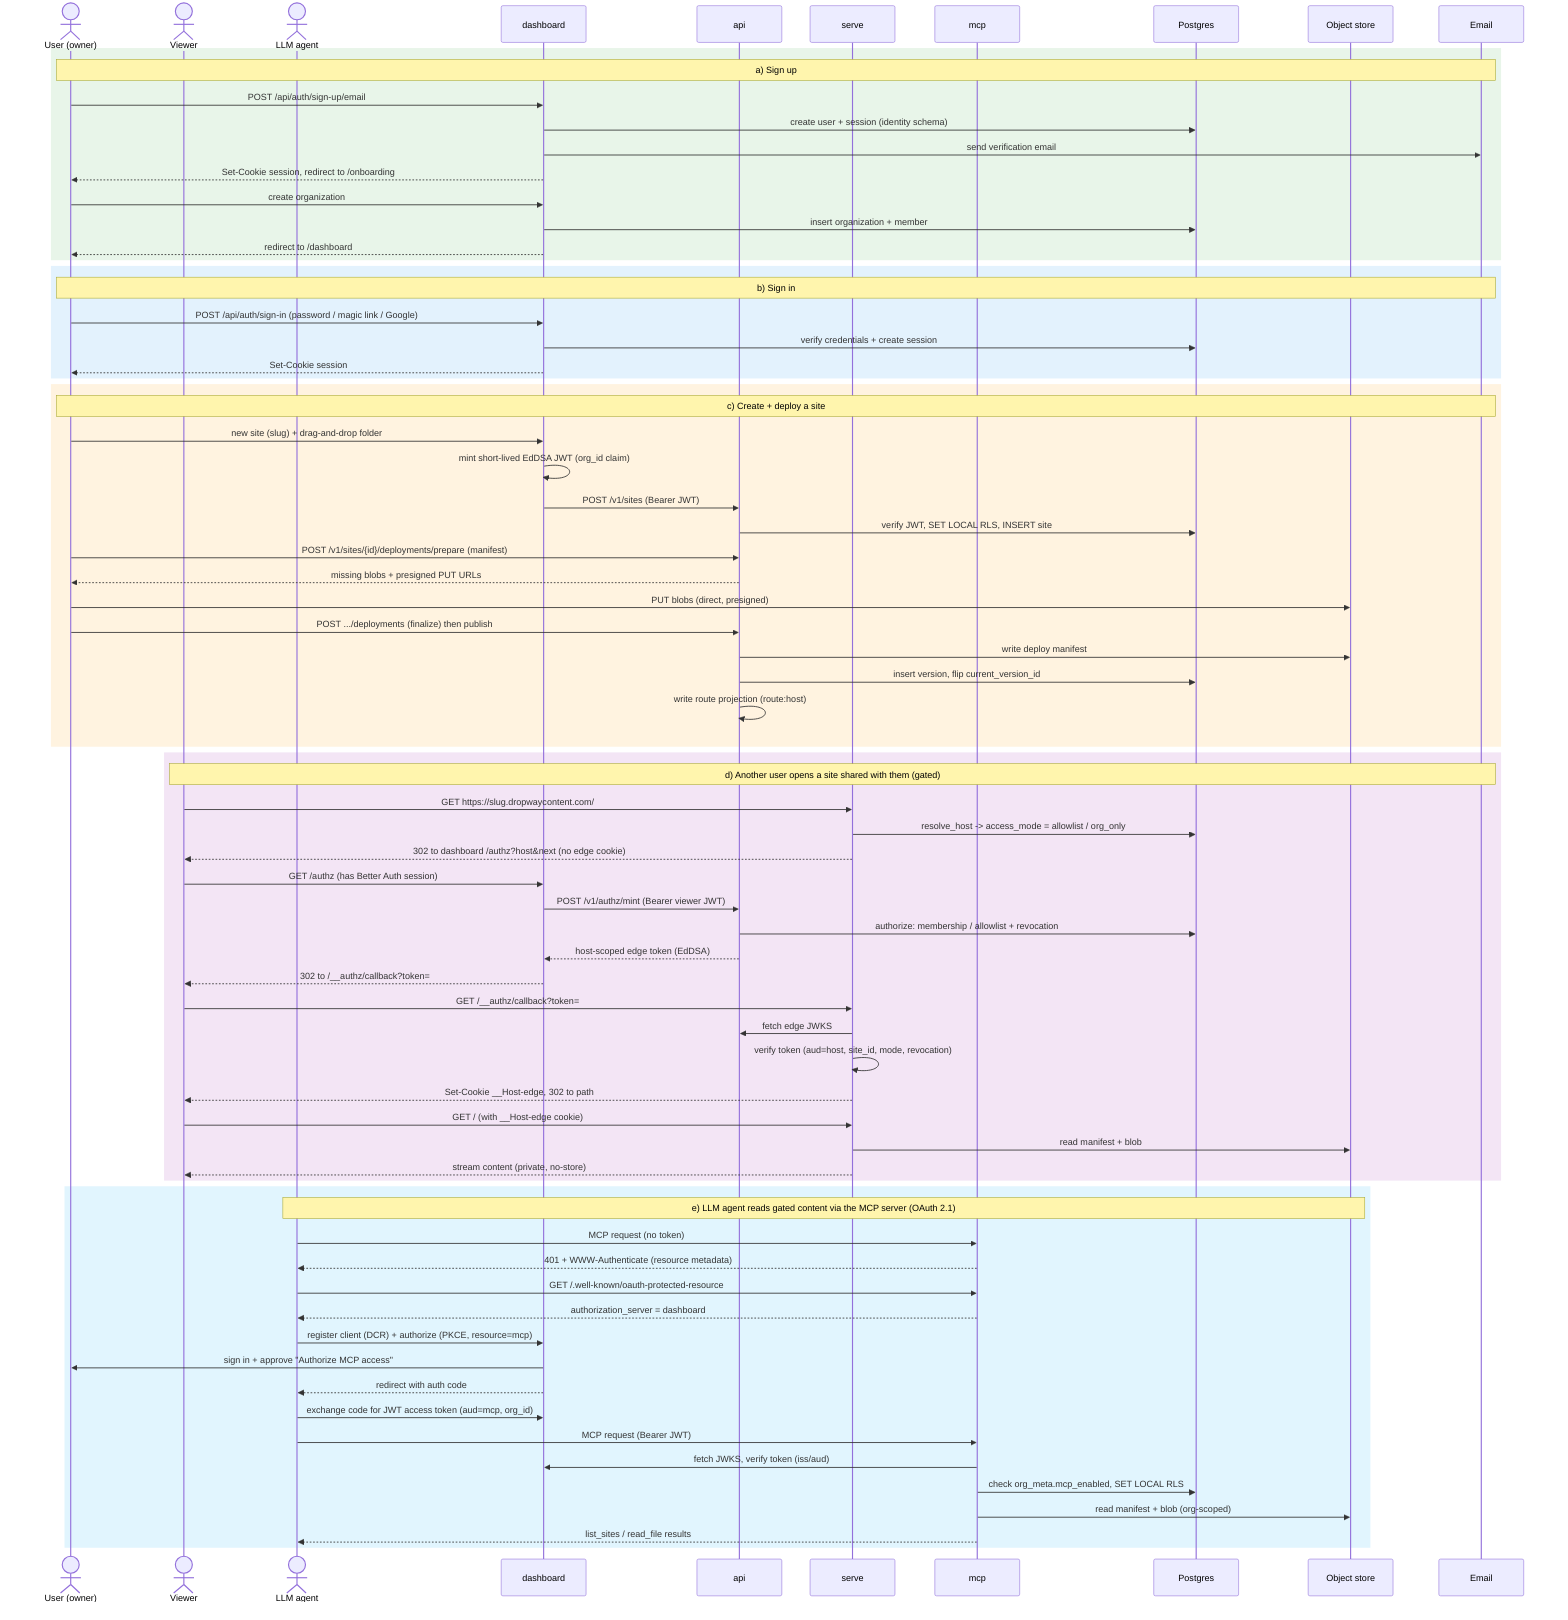
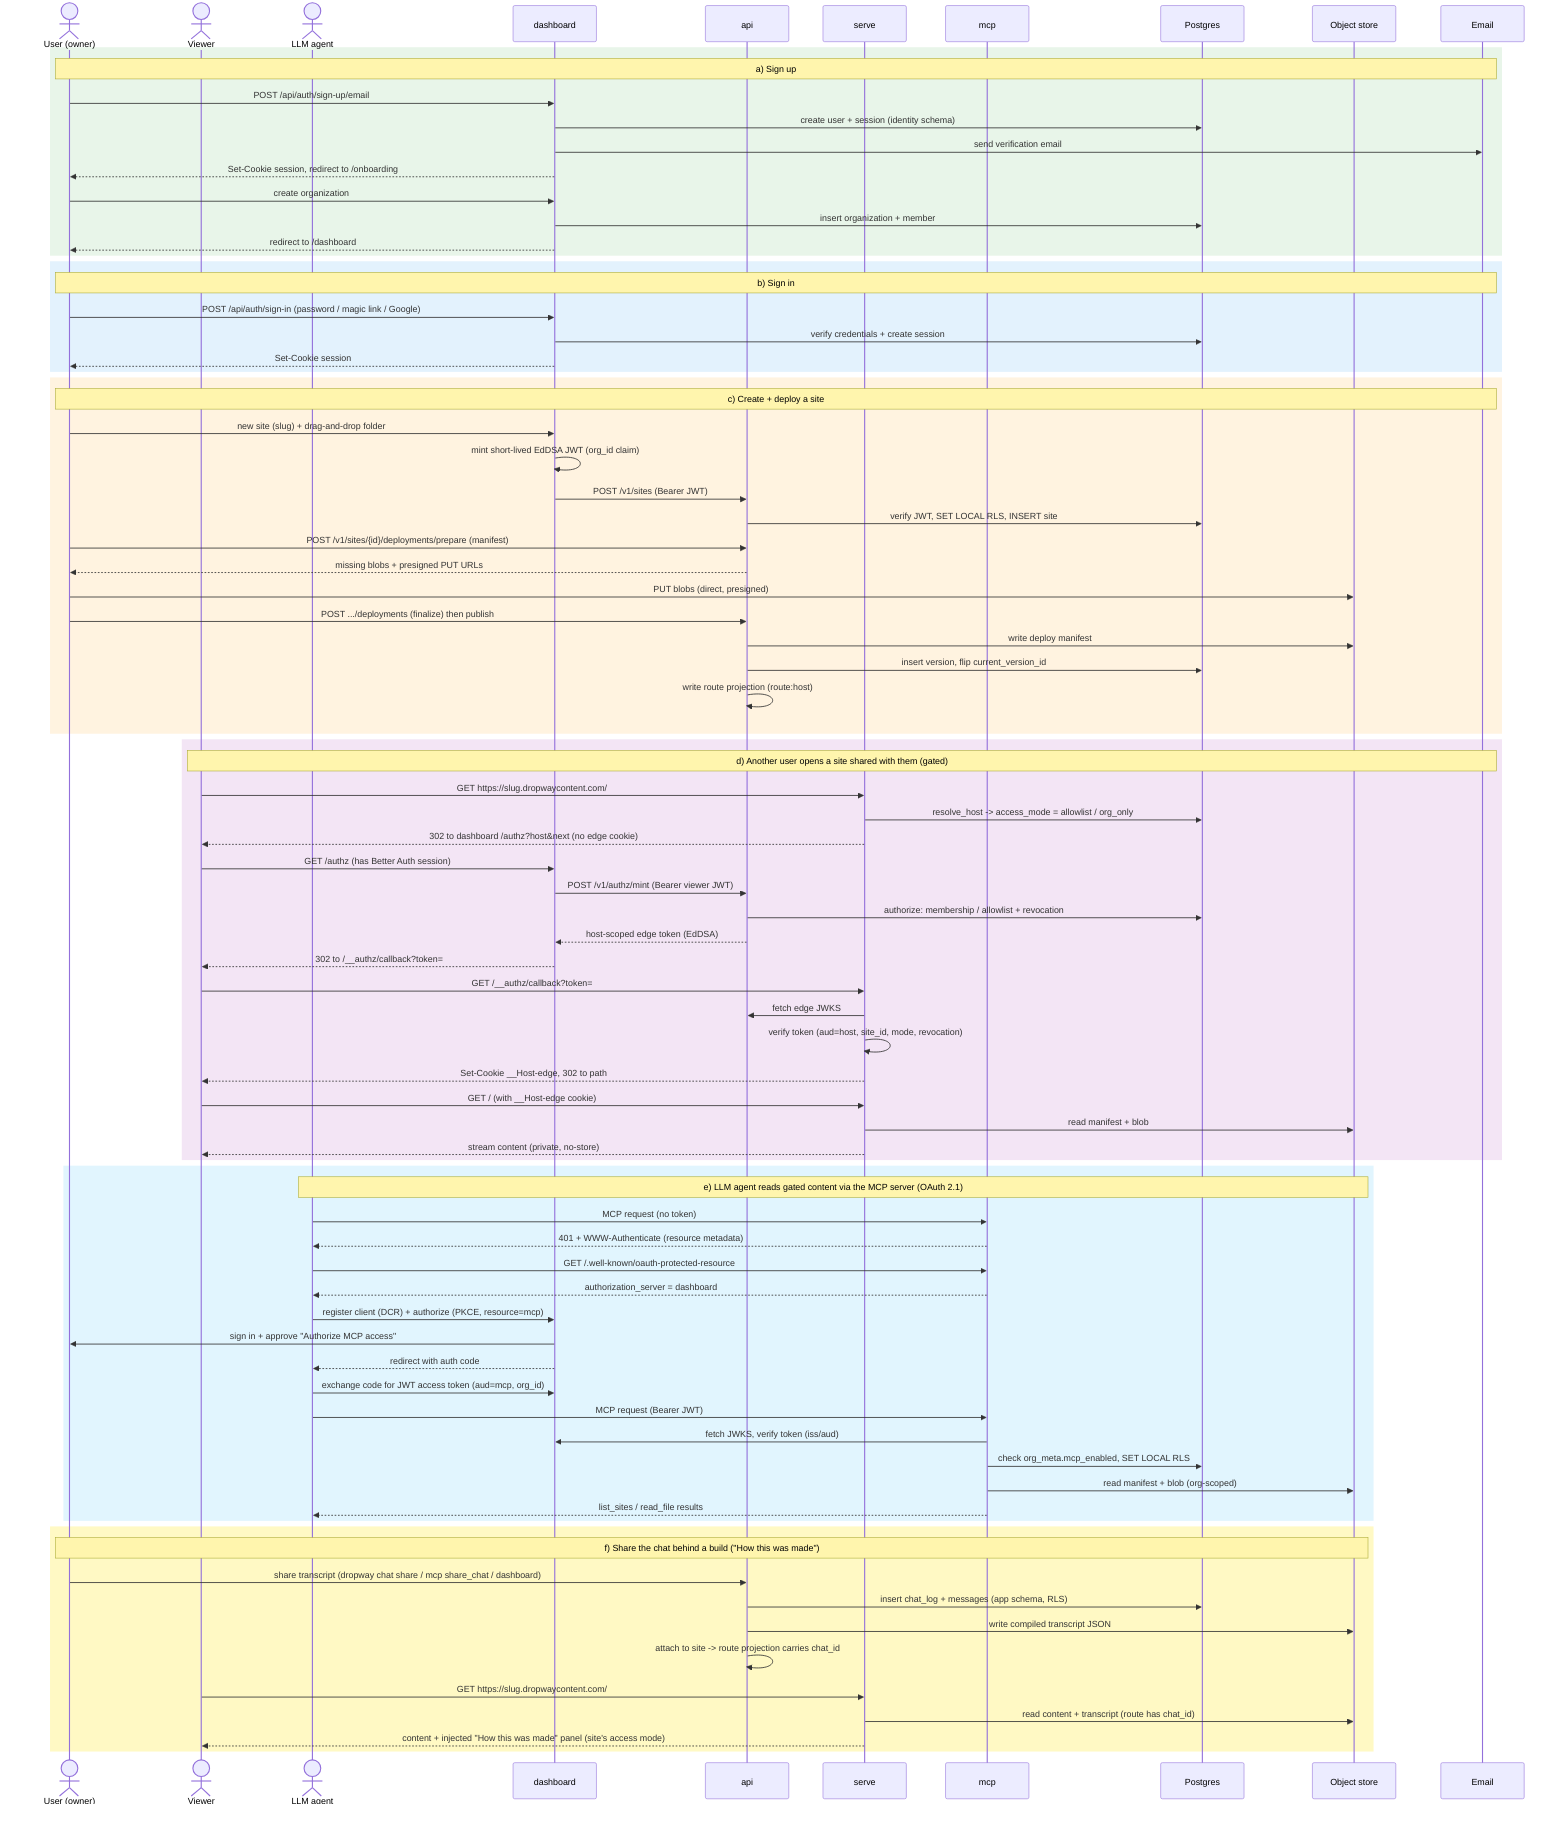
sequenceDiagram
  actor U as User (owner)
  actor V as Viewer
  actor L as LLM agent
  participant D as dashboard
  participant A as api
  participant S as serve
  participant MCP as mcp
  participant PG as Postgres
  participant OS as Object store
  participant M as Email

  rect rgb(232,245,233)
    note over U,M: a) Sign up
    U->>D: POST /api/auth/sign-up/email
    D->>PG: create user + session (identity schema)
    D->>M: send verification email
    D-->>U: Set-Cookie session, redirect to /onboarding
    U->>D: create organization
    D->>PG: insert organization + member
    D-->>U: redirect to /dashboard
  end

  rect rgb(227,242,253)
    note over U,M: b) Sign in
    U->>D: POST /api/auth/sign-in (password / magic link / Google)
    D->>PG: verify credentials + create session
    D-->>U: Set-Cookie session
  end

  rect rgb(255,243,224)
    note over U,M: c) Create + deploy a site
    U->>D: new site (slug) + drag-and-drop folder
    D->>D: mint short-lived EdDSA JWT (org_id claim)
    D->>A: POST /v1/sites (Bearer JWT)
    A->>PG: verify JWT, SET LOCAL RLS, INSERT site
    U->>A: POST /v1/sites/{id}/deployments/prepare (manifest)
    A-->>U: missing blobs + presigned PUT URLs
    U->>OS: PUT blobs (direct, presigned)
    U->>A: POST .../deployments (finalize) then publish
    A->>OS: write deploy manifest
    A->>PG: insert version, flip current_version_id
    A->>A: write route projection (route:host)
  end

  rect rgb(243,229,245)
    note over V,M: d) Another user opens a site shared with them (gated)
    V->>S: GET https://slug.dropwaycontent.com/
    S->>PG: resolve_host -> access_mode = allowlist / org_only
    S-->>V: 302 to dashboard /authz?host&next (no edge cookie)
    V->>D: GET /authz (has Better Auth session)
    D->>A: POST /v1/authz/mint (Bearer viewer JWT)
    A->>PG: authorize: membership / allowlist + revocation
    A-->>D: host-scoped edge token (EdDSA)
    D-->>V: 302 to /__authz/callback?token=
    V->>S: GET /__authz/callback?token=
    S->>A: fetch edge JWKS
    S->>S: verify token (aud=host, site_id, mode, revocation)
    S-->>V: Set-Cookie __Host-edge, 302 to path
    V->>S: GET / (with __Host-edge cookie)
    S->>OS: read manifest + blob
    S-->>V: stream content (private, no-store)
  end

  rect rgb(225,245,254)
    note over L,OS: e) LLM agent reads gated content via the MCP server (OAuth 2.1)
    L->>MCP: MCP request (no token)
    MCP-->>L: 401 + WWW-Authenticate (resource metadata)
    L->>MCP: GET /.well-known/oauth-protected-resource
    MCP-->>L: authorization_server = dashboard
    L->>D: register client (DCR) + authorize (PKCE, resource=mcp)
    D->>U: sign in + approve "Authorize MCP access"
    D-->>L: redirect with auth code
    L->>D: exchange code for JWT access token (aud=mcp, org_id)
    L->>MCP: MCP request (Bearer JWT)
    MCP->>D: fetch JWKS, verify token (iss/aud)
    MCP->>PG: check org_meta.mcp_enabled, SET LOCAL RLS
    MCP->>OS: read manifest + blob (org-scoped)
    MCP-->>L: list_sites / read_file results
  end
+ 
+   rect rgb(255,249,196)
+     note over U,OS: f) Share the chat behind a build ("How this was made")
+     U->>A: share transcript (dropway chat share / mcp share_chat / dashboard)
+     A->>PG: insert chat_log + messages (app schema, RLS)
+     A->>OS: write compiled transcript JSON
+     A->>A: attach to site -> route projection carries chat_id
+     V->>S: GET https://slug.dropwaycontent.com/
+     S->>OS: read content + transcript (route has chat_id)
+     S-->>V: content + injected "How this was made" panel (site's access mode)
+   end
